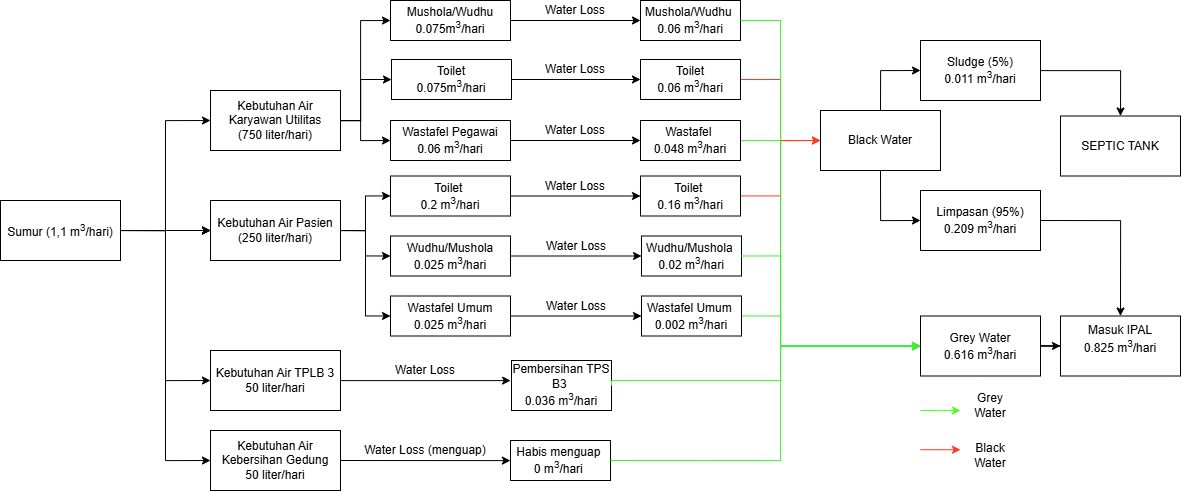
This is Neraca Air Klinik Surya Medika.drawio.png from famowoiii/envimos_sensot, a draw.io export, as it was before one commit. Source tidied: cells renumbered, new cells last; positions are measured from the earlier drawing's top-left corner, leaving out a move shared by most shapes.
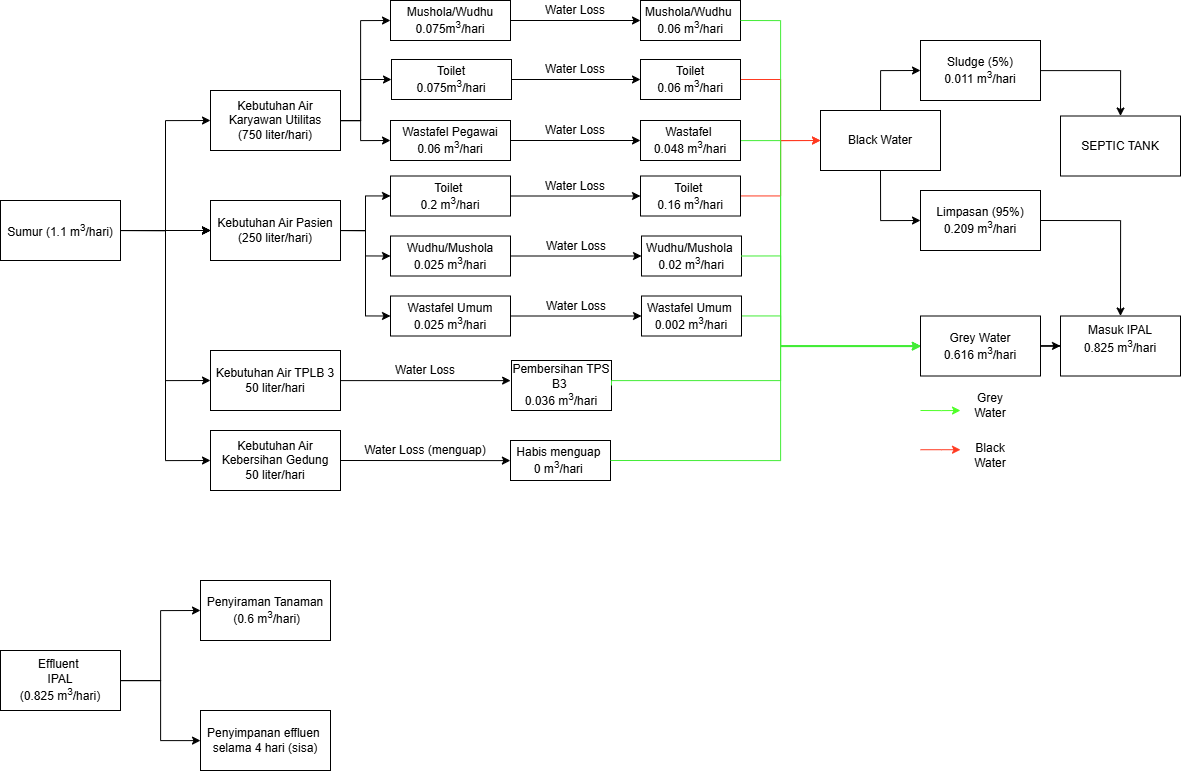
The same file after the commit.

What changed in the source:
```diff
@@ -17,7 +17,7 @@
     <mxCell id="6" style="edgeStyle=orthogonalEdgeStyle;rounded=0;jettySize=auto;html=1;exitX=1;exitY=0.5;exitDx=0;exitDy=0;entryX=0;entryY=0.5;entryDx=0;entryDy=0;fontFamily=Arial;labelBorderColor=none;labelBackgroundColor=none;" parent="1" edge="1" source="7" target="13">
       <mxGeometry relative="1" as="geometry" />
     </mxCell>
-    <mxCell id="7" value="Sumur (1,1 m&lt;sup&gt;3&lt;/sup&gt;/hari)" style="rounded=0;whiteSpace=wrap;html=1;fontFamily=Arial;labelBorderColor=none;labelBackgroundColor=none;" parent="1" vertex="1">
+    <mxCell id="7" value="Sumur (1.1 m&lt;sup&gt;3&lt;/sup&gt;/hari)" style="rounded=0;whiteSpace=wrap;html=1;fontFamily=Arial;labelBorderColor=none;labelBackgroundColor=none;" parent="1" vertex="1">
       <mxGeometry y="200" width="120" height="60" as="geometry" />
     </mxCell>
     <mxCell id="8" style="edgeStyle=orthogonalEdgeStyle;rounded=0;jettySize=auto;html=1;entryX=0;entryY=0.5;entryDx=0;entryDy=0;fontFamily=Arial;labelBorderColor=none;labelBackgroundColor=none;" parent="1" edge="1" source="11" target="18">
@@ -280,5 +280,20 @@
     <mxCell id="72" style="edgeStyle=orthogonalEdgeStyle;rounded=0;jettySize=auto;html=1;entryX=0.5;entryY=0;entryDx=0;entryDy=0;exitX=1;exitY=0.5;exitDx=0;exitDy=0;" parent="1" edge="1" source="71" target="25">
       <mxGeometry relative="1" as="geometry" />
     </mxCell>
+    <mxCell id="73" style="edgeStyle=orthogonalEdgeStyle;rounded=0;jettySize=auto;html=1;entryX=0;entryY=0.5;entryDx=0;entryDy=0;" parent="1" edge="1" source="75" target="76">
+      <mxGeometry relative="1" as="geometry" />
+    </mxCell>
+    <mxCell id="74" style="edgeStyle=orthogonalEdgeStyle;rounded=0;jettySize=auto;html=1;" parent="1" edge="1" source="75" target="77">
+      <mxGeometry relative="1" as="geometry" />
+    </mxCell>
+    <mxCell id="75" value="&lt;div&gt;&lt;div&gt;Effluent&amp;nbsp;&lt;/div&gt;&lt;div&gt;IPAL&lt;/div&gt;&lt;div&gt;(0.825 m&lt;sup&gt;3&lt;/sup&gt;/hari)&lt;/div&gt;&lt;/div&gt;" style="whiteSpace=wrap;html=1;rounded=0;fontFamily=Arial;labelBorderColor=none;labelBackgroundColor=none;" parent="1" vertex="1">
+      <mxGeometry y="650" width="120" height="60" as="geometry" />
+    </mxCell>
+    <mxCell id="76" value="Penyiraman Tanaman&lt;div&gt;&amp;nbsp;(0.6 m&lt;sup&gt;3&lt;/sup&gt;/hari)&lt;/div&gt;" style="whiteSpace=wrap;html=1;fontFamily=Arial;rounded=0;labelBorderColor=none;labelBackgroundColor=none;" parent="1" vertex="1">
+      <mxGeometry x="200" y="580" width="130" height="60" as="geometry" />
+    </mxCell>
+    <mxCell id="77" value="Penyimpanan effluen&amp;nbsp;&lt;div&gt;selama 4 hari (sisa)&lt;/div&gt;" style="whiteSpace=wrap;html=1;fontFamily=Arial;rounded=0;labelBorderColor=none;labelBackgroundColor=none;" parent="1" vertex="1">
+      <mxGeometry x="200" y="710" width="130" height="60" as="geometry" />
+    </mxCell>
   </root>
 </mxGraphModel>
```
